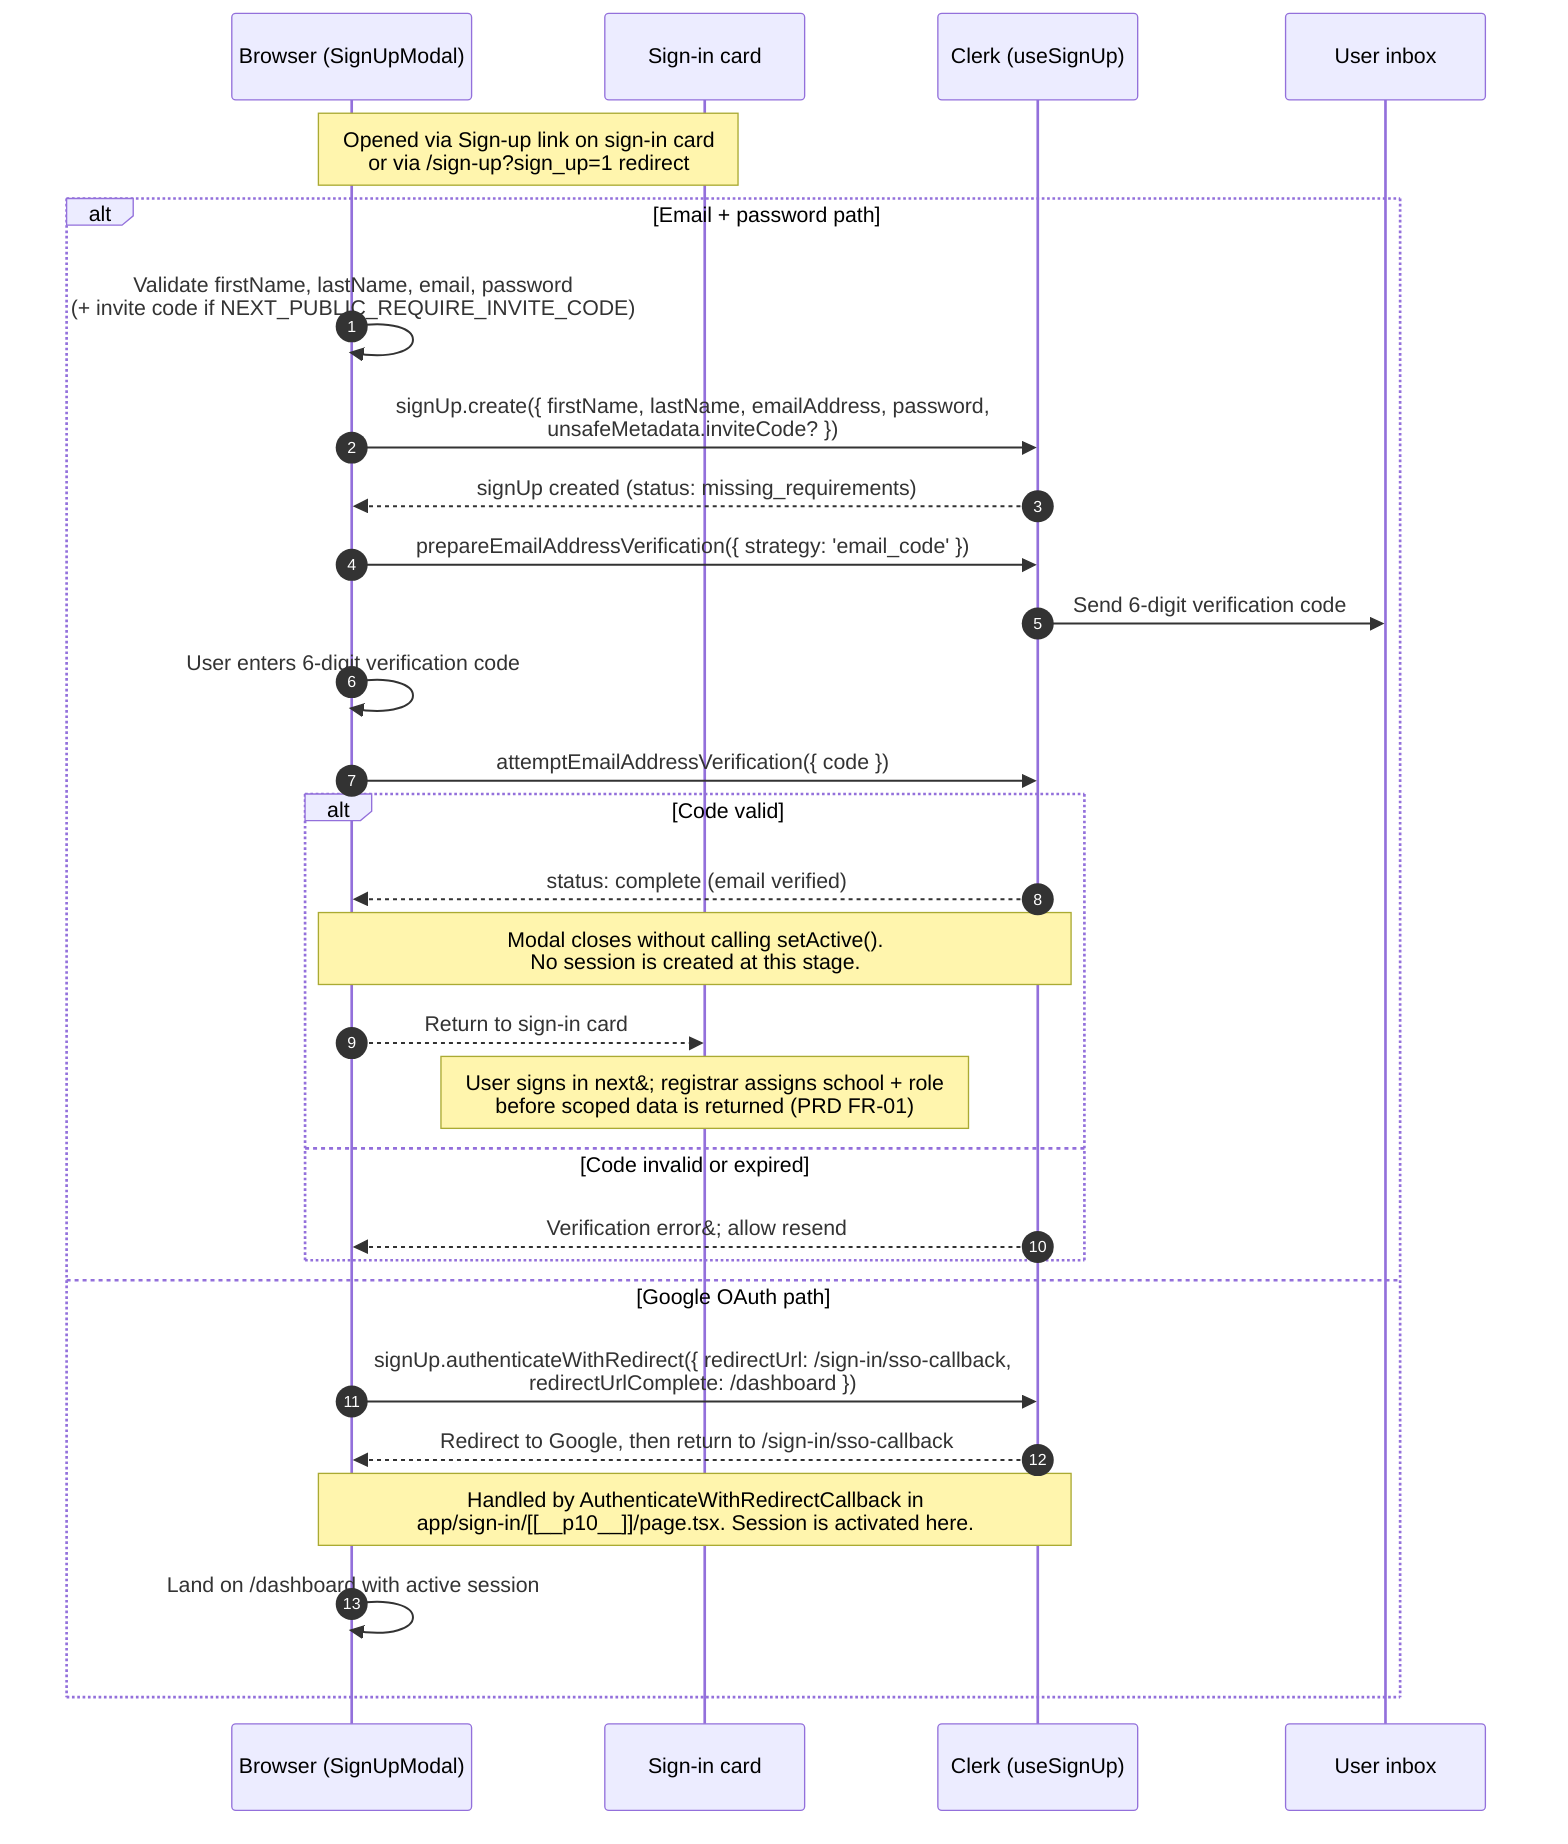
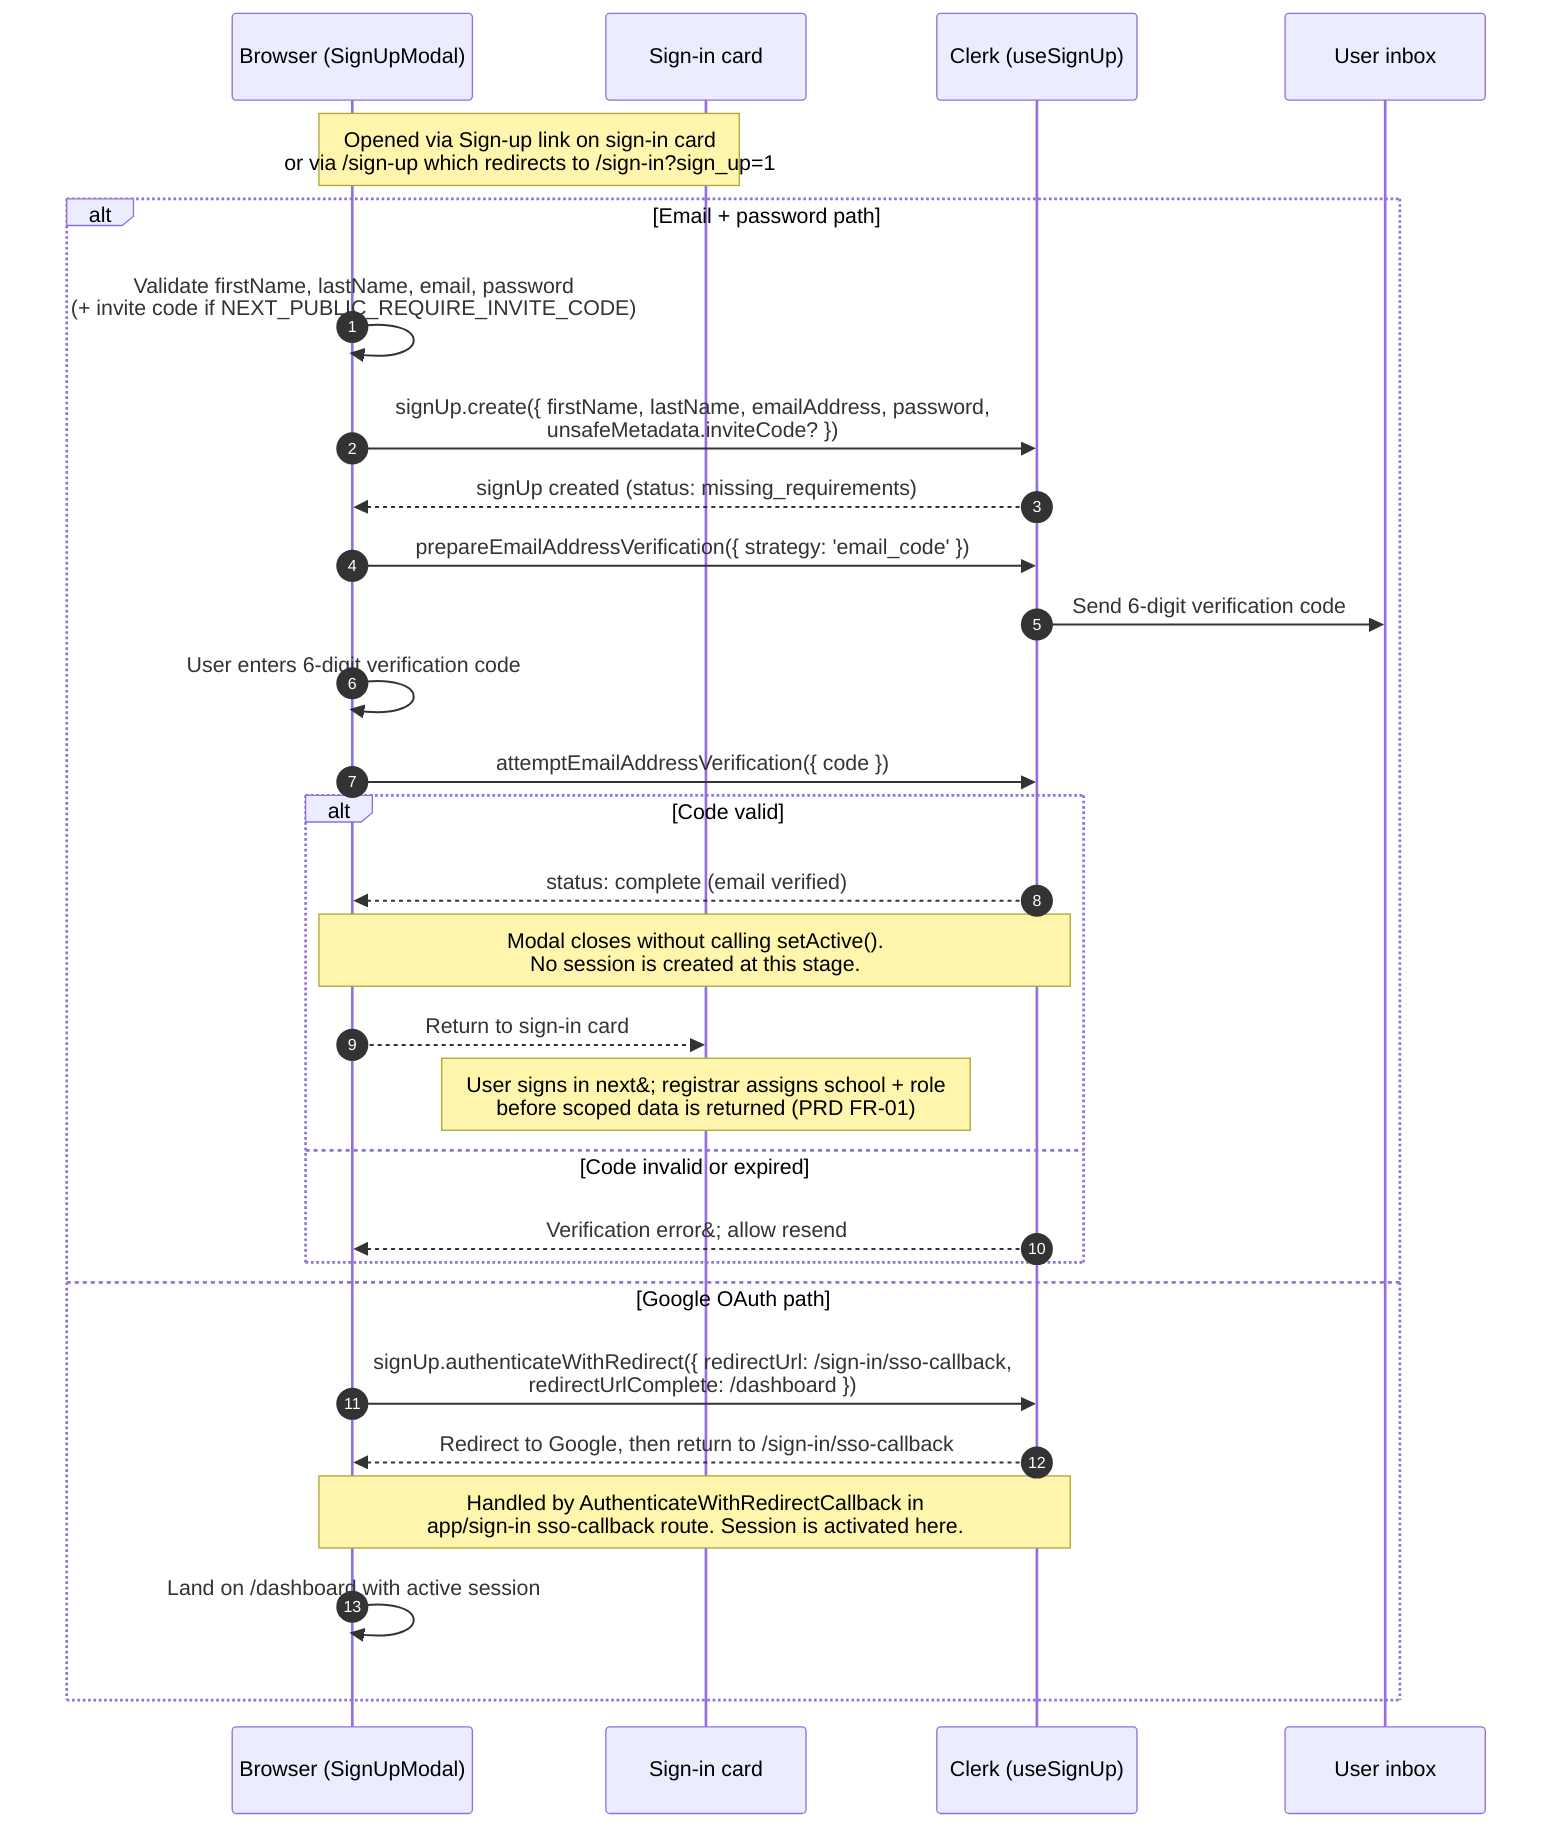
sequenceDiagram
%% Sign-up flow (TES-72) — custom modal driven by Clerk's useSignUp() hook,
%% replacing Clerk's prebuilt <SignUp> widget. See modules/auth/ui/SignUpModal.tsx
%% and CLAUDE.md "Auth chain". This flow runs entirely client-side against Clerk;
%% no Server Component or Supabase interaction occurs until sign-in (see Request)
%% Auth Sequence Diagram.mmd).
%%
%% Email path: account is created and verified, but no session is activated.
%% User must sign in again, and a registrar assigns school + role before scoped
%% data is accessible (PRD FR-01). Google OAuth path: user lands signed-in on
%% /dashboard with an active session.
  autonumber
  participant Browser as Browser (SignUpModal)
  participant SignIn as Sign-in card
  participant Clerk as Clerk (useSignUp)
  participant Email as User inbox

-   Note over Browser,SignIn: Opened via Sign-up link on sign-in card<br/>or via /sign-up?sign_up=1 redirect
+   Note over Browser,SignIn: Opened via Sign-up link on sign-in card<br/>or via /sign-up which redirects to /sign-in?sign_up=1

  alt Email + password path
    Browser->>Browser: Validate firstName, lastName, email, password<br/>(+ invite code if NEXT_PUBLIC_REQUIRE_INVITE_CODE)
    Browser->>Clerk: signUp.create({ firstName, lastName, emailAddress, password,<br/>unsafeMetadata.inviteCode? })
    Clerk-->>Browser: signUp created (status: missing_requirements)
    Browser->>Clerk: prepareEmailAddressVerification({ strategy: 'email_code' })
    Clerk->>Email: Send 6-digit verification code
    Browser->>Browser: User enters 6-digit verification code
    Browser->>Clerk: attemptEmailAddressVerification({ code })
    alt Code valid
      Clerk-->>Browser: status: complete (email verified)
      Note over Browser,Clerk: Modal closes without calling setActive().<br/>No session is created at this stage.
      Browser-->>SignIn: Return to sign-in card
      Note over SignIn: User signs in next&#59; registrar assigns school + role<br/>before scoped data is returned (PRD FR-01)
    else Code invalid or expired
      Clerk-->>Browser: Verification error&#59; allow resend
    end
  else Google OAuth path
    Browser->>Clerk: signUp.authenticateWithRedirect({ redirectUrl: /sign-in/sso-callback,<br/>redirectUrlComplete: /dashboard })
    Clerk-->>Browser: Redirect to Google, then return to /sign-in/sso-callback
-     Note over Browser,Clerk: Handled by AuthenticateWithRedirectCallback in<br/>app/sign-in/[[__p10__]]/page.tsx. Session is activated here.
+     Note over Browser,Clerk: Handled by AuthenticateWithRedirectCallback in<br/>app/sign-in sso-callback route. Session is activated here.
    Browser->>Browser: Land on /dashboard with active session
  end